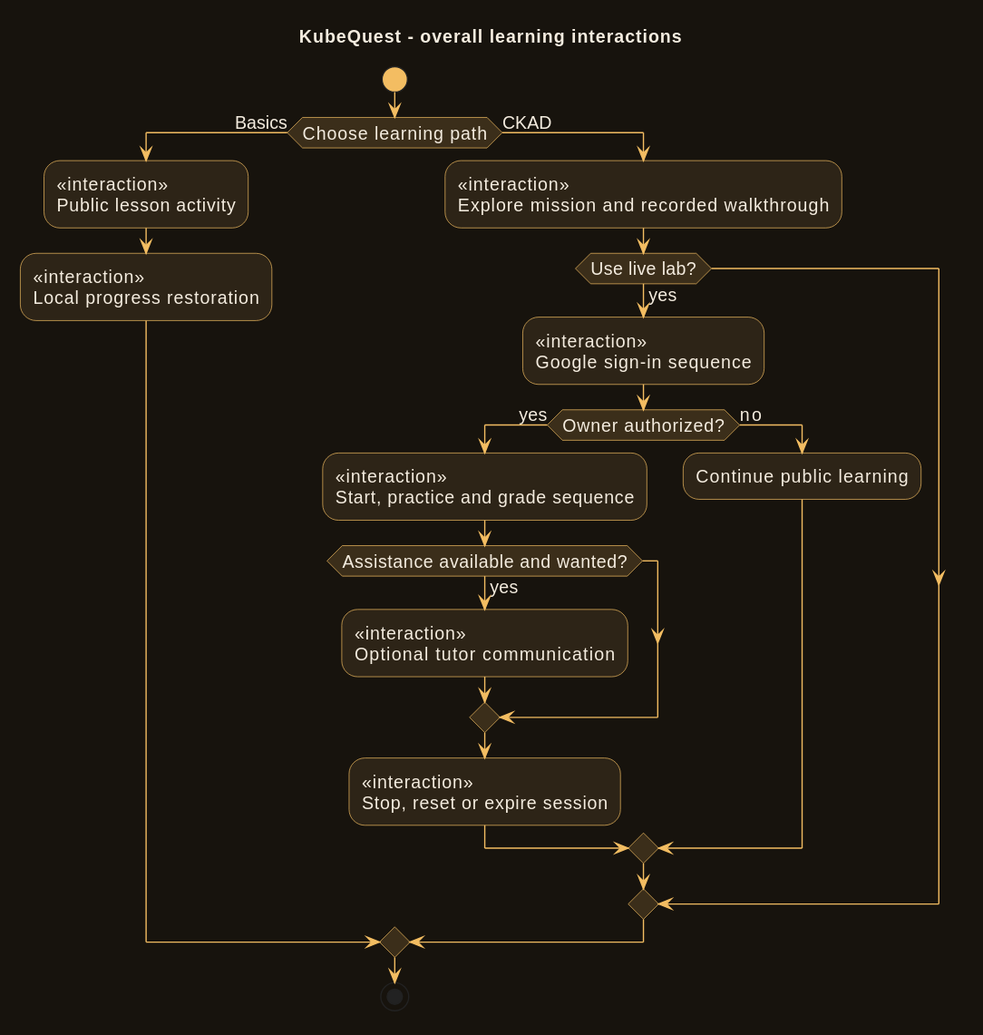
ramideltoro/kubequest-wiki keeps this PlantUML diagram as diagrams/interaction-overview.svg. Above is the earlier version. Its source is kept beside it as diagrams/interaction-overview.puml. Source of this version:
```plantuml
@startuml
!pragma layout smetana
skinparam backgroundColor #17130D
skinparam defaultFontName SansSerif
skinparam defaultFontSize 14
skinparam defaultFontColor #F4ECDF
skinparam shadowing false
skinparam ArrowColor #F3BD62
skinparam LineColor #F3BD62
skinparam BorderColor #F3BD62
skinparam defaultBackgroundColor #2D2417
skinparam classBackgroundColor #2D2417
skinparam classBorderColor #F3BD62
skinparam classFontColor #F4ECDF
skinparam componentBackgroundColor #2D2417
skinparam componentBorderColor #F3BD62
skinparam componentFontColor #F4ECDF
skinparam nodeBackgroundColor #2D2417
skinparam nodeBorderColor #F3BD62
skinparam nodeFontColor #F4ECDF
skinparam packageBackgroundColor #2D2417
skinparam packageBorderColor #F3BD62
skinparam packageFontColor #F4ECDF
skinparam rectangleBackgroundColor #2D2417
skinparam rectangleBorderColor #F3BD62
skinparam rectangleFontColor #F4ECDF
skinparam databaseBackgroundColor #2D2417
skinparam databaseBorderColor #F3BD62
skinparam databaseFontColor #F4ECDF
skinparam cloudBackgroundColor #2D2417
skinparam cloudBorderColor #F3BD62
skinparam cloudFontColor #F4ECDF
skinparam artifactBackgroundColor #2D2417
skinparam artifactBorderColor #F3BD62
skinparam artifactFontColor #F4ECDF
skinparam objectBackgroundColor #2D2417
skinparam objectBorderColor #F3BD62
skinparam objectFontColor #F4ECDF
skinparam stateBackgroundColor #2D2417
skinparam stateBorderColor #F3BD62
skinparam stateFontColor #F4ECDF
skinparam activityBackgroundColor #2D2417
skinparam activityBorderColor #F3BD62
skinparam activityFontColor #F4ECDF
skinparam actorBackgroundColor #2D2417
skinparam actorBorderColor #F3BD62
skinparam actorFontColor #F4ECDF
skinparam usecaseBackgroundColor #2D2417
skinparam usecaseBorderColor #F3BD62
skinparam usecaseFontColor #F4ECDF
skinparam interfaceBackgroundColor #2D2417
skinparam interfaceBorderColor #F3BD62
skinparam interfaceFontColor #F4ECDF
skinparam participantBackgroundColor #2D2417
skinparam participantBorderColor #F3BD62
skinparam participantFontColor #F4ECDF
skinparam classAttributeIconSize 0
skinparam NoteBackgroundColor #3B2E1A
skinparam NoteBorderColor #BB9658
skinparam NoteFontColor #F4ECDF
skinparam sequenceLifeLineBorderColor #BB9658
skinparam sequenceLifeLineBackgroundColor #221C13
skinparam sequenceGroupBackgroundColor #221C13
skinparam sequenceGroupHeaderFontColor #F4ECDF
skinparam sequenceGroupBodyBackgroundColor #221C13
skinparam sequenceDividerBackgroundColor #2D2417
skinparam sequenceDividerFontColor #F4ECDF
skinparam activityDiamondBackgroundColor #3B2E1A
skinparam activityStartColor #F3BD62
skinparam activityEndColor #F3BD62
title KubeQuest - overall learning interactions
start
if (Choose learning path) then (Basics)
 :<<interaction>>\nPublic lesson activity;
 :<<interaction>>\nLocal progress restoration;
else (CKAD)
 :<<interaction>>\nExplore mission and recorded walkthrough;
 if (Use live lab?) then (yes)
  :<<interaction>>\nGoogle sign-in sequence;
  if (Owner authorized?) then (yes)
   :<<interaction>>\nStart, practice and grade sequence;
   if (Assistance available and wanted?) then (yes)
    :<<interaction>>\nOptional tutor communication;
   endif
   :<<interaction>>\nStop, reset or expire session;
  else (no)
   :Continue public learning;
  endif
 endif
endif
stop
@enduml
```
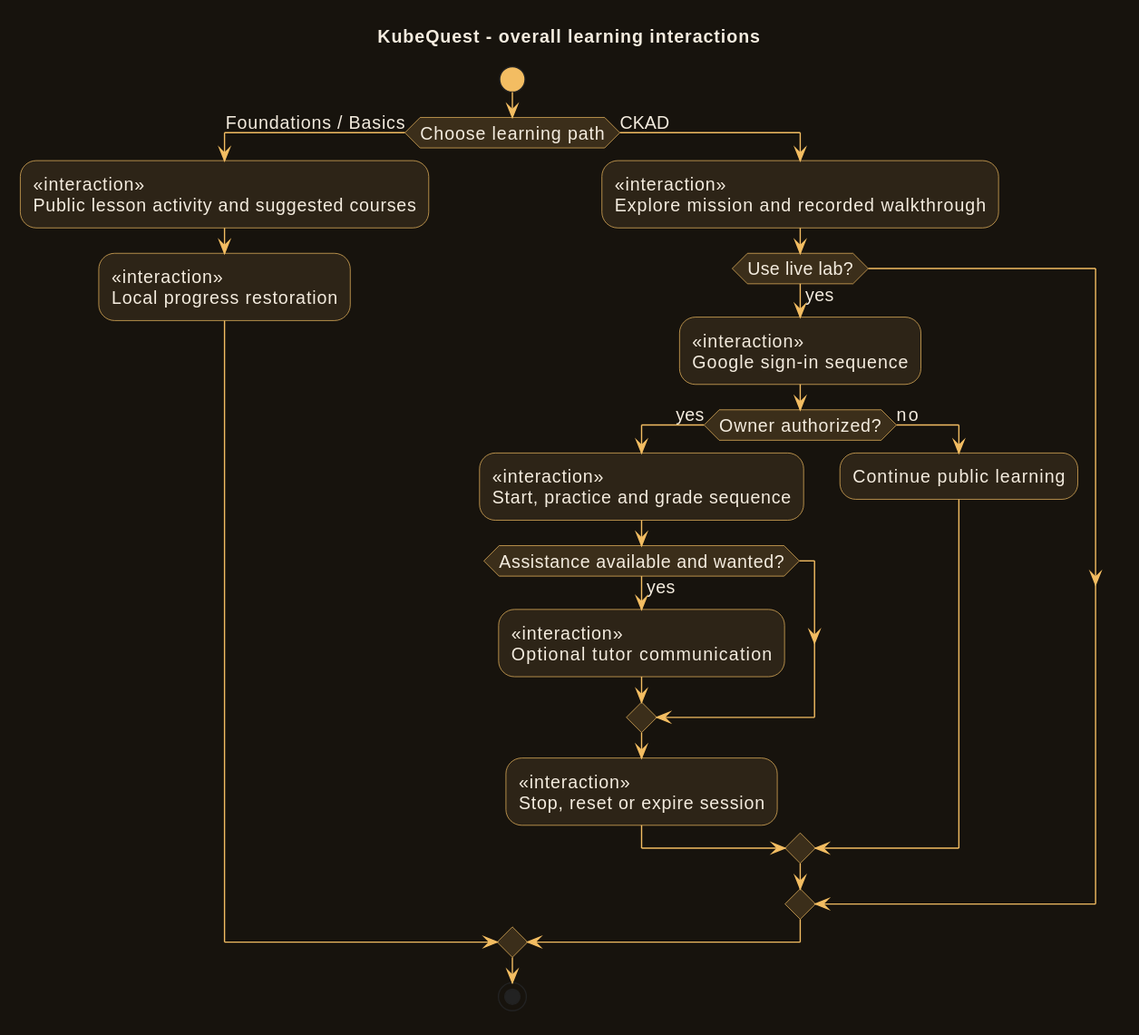
The same diagram one commit later.

Diff of the diagram source:
```diff
@@ -70,8 +70,8 @@
 skinparam activityEndColor #F3BD62
 title KubeQuest - overall learning interactions
 start
-if (Choose learning path) then (Basics)
- :<<interaction>>\nPublic lesson activity;
+if (Choose learning path) then (Foundations / Basics)
+ :<<interaction>>\nPublic lesson activity and suggested courses;
  :<<interaction>>\nLocal progress restoration;
 else (CKAD)
  :<<interaction>>\nExplore mission and recorded walkthrough;
```
